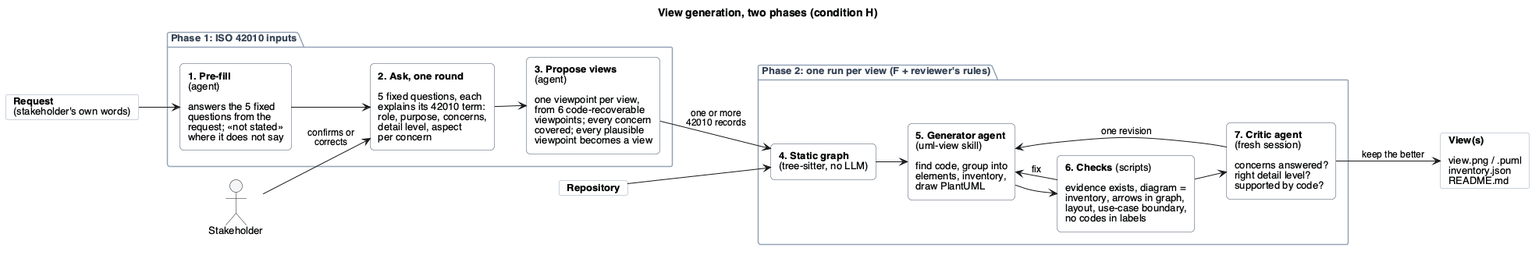
Earlier version of the PlantUML export experiments/view-generation-2026-10/docs/architecture-H.png (sa4s-serc/task2View).
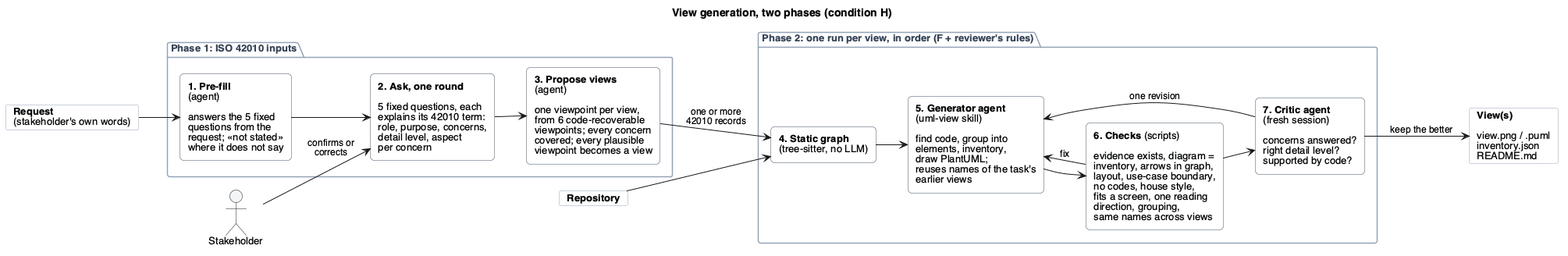
After the commit.

Commit message:
H: readability checks (house style, fit, flow, grouping) and cross-view name consistency

Diff of the diagram source:
```diff
@@ -30,10 +30,10 @@
   rectangle "**3. Propose views**\n(agent)\n\none viewpoint per view,\nfrom 6 code-recoverable\nviewpoints; every concern\ncovered; every plausible\nviewpoint becomes a view" as prop
 }
 
-package "Phase 2: one run per view (F + reviewer's rules)" {
+package "Phase 2: one run per view, in order (F + reviewer's rules)" {
   rectangle "**4. Static graph**\n(tree-sitter, no LLM)" as graph
-  rectangle "**5. Generator agent**\n(uml-view skill)\n\nfind code, group into\nelements, inventory,\ndraw PlantUML" as gen
-  rectangle "**6. Checks** (scripts)\n\nevidence exists, diagram =\ninventory, arrows in graph,\nlayout, use-case boundary,\nno codes in labels" as chk
+  rectangle "**5. Generator agent**\n(uml-view skill)\n\nfind code, group into\nelements, inventory,\ndraw PlantUML;\nreuses names of the task's\nearlier views" as gen
+  rectangle "**6. Checks** (scripts)\n\nevidence exists, diagram =\ninventory, arrows in graph,\nlayout, use-case boundary,\nno codes, house style,\nfits a screen, one reading\ndirection, grouping,\nsame names across views" as chk
   rectangle "**7. Critic agent**\n(fresh session)\n\nconcerns answered?\nright detail level?\nsupported by code?" as critic
 }
 card "**View(s)**\n\nview.png / .puml\ninventory.json\nREADME.md" as out
```
